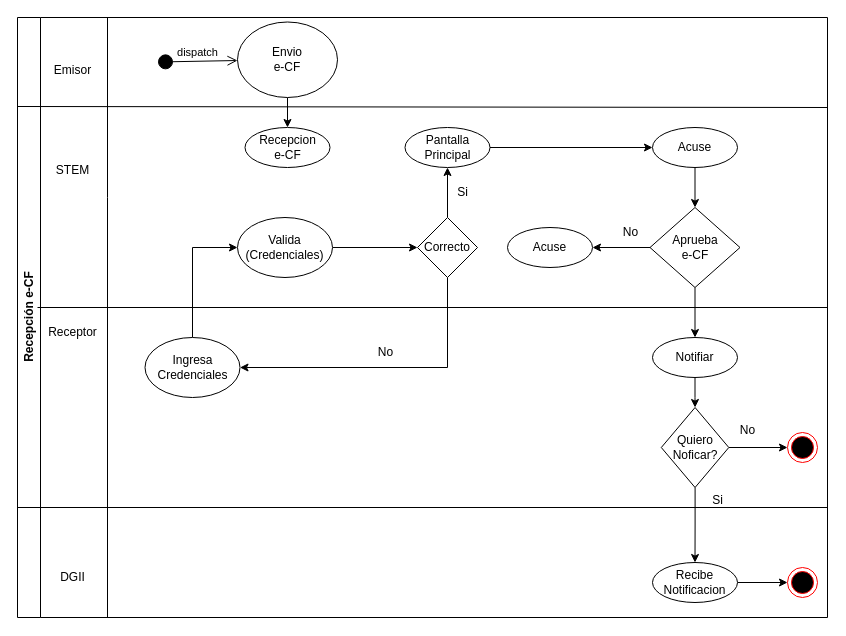
eduardfortunatoabreu/Diagramas keeps this draw.io diagram as Vistas de Proceso.drawio. Above is the earlier version. Source tidied: cells renumbered, new cells numbered last; positions are measured from the earlier drawing's top-left corner, leaving out a move shared by most shapes. Both pictures are drawn from the tidied source at 100%, with x=0, y=0 at pixel (17, 17).
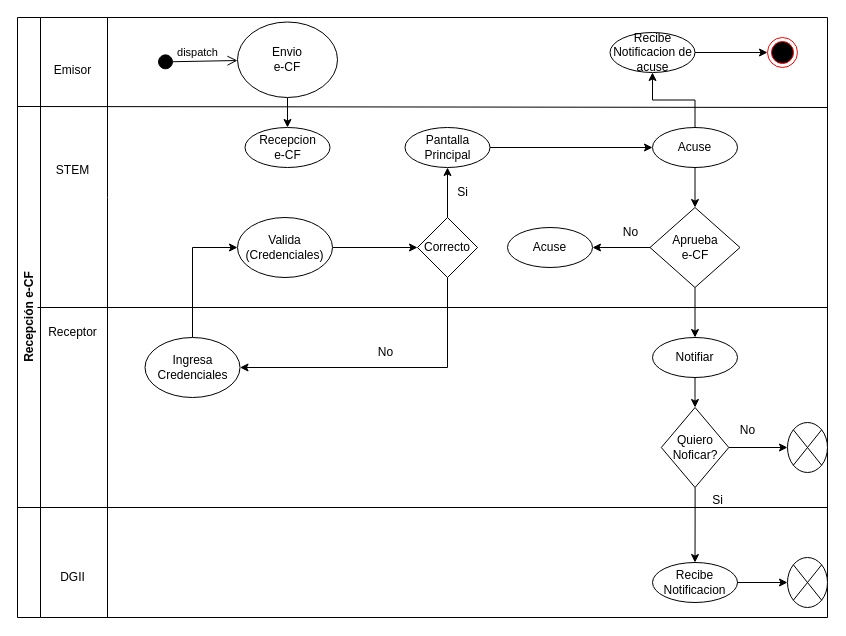
The same diagram, later.

The change refers to these unchanged cells:
```xml
<mxCell id="2" value="Recepción e-CF" style="swimlane;horizontal=0;whiteSpace=wrap;html=1;" parent="1" vertex="1">
  <mxGeometry width="810" height="600" as="geometry" />
</mxCell>
<mxCell id="23" value="Acuse" style="ellipse;whiteSpace=wrap;html=1;" parent="2" vertex="1">
  <mxGeometry x="635" y="110" width="85" height="40" as="geometry" />
</mxCell>
<mxCell id="32" value="Recibe&lt;br&gt;Notificacion" style="ellipse;whiteSpace=wrap;html=1;" parent="2" vertex="1">
  <mxGeometry x="635" y="545" width="85" height="40" as="geometry" />
</mxCell>
<mxCell id="36" value="Quiero&lt;br&gt;Noficar?" style="rhombus;whiteSpace=wrap;html=1;" parent="2" vertex="1">
  <mxGeometry x="643.8" y="390" width="67.5" height="80" as="geometry" />
</mxCell>
```

What changed in the source:
```diff
@@
+    <mxCell id="44" style="edgeStyle=orthogonalEdgeStyle;rounded=0;jettySize=auto;html=1;entryX=0.5;entryY=1;entryDx=0;entryDy=0;" parent="2" edge="1" source="23" target="45">
+      <mxGeometry relative="1" as="geometry" />
+    </mxCell>
@@
-    <mxCell id="31" style="edgeStyle=orthogonalEdgeStyle;rounded=0;jettySize=auto;html=1;" parent="2" edge="1" source="32" target="33">
-      <mxGeometry relative="1" as="geometry" />
-    </mxCell>
@@
-    <mxCell id="33" style="ellipse;html=1;shape=endState;fillColor=#000000;strokeColor=#ff0000;" parent="2" vertex="1">
-      <mxGeometry x="770" y="550" width="30" height="30" as="geometry" />
-    </mxCell>
@@
-    <mxCell id="35" style="edgeStyle=orthogonalEdgeStyle;rounded=0;jettySize=auto;html=1;entryX=0;entryY=0.5;entryDx=0;entryDy=0;" parent="2" edge="1" source="36" target="37">
-      <mxGeometry relative="1" as="geometry" />
-    </mxCell>
@@
-    <mxCell id="37" style="ellipse;html=1;shape=endState;fillColor=#000000;strokeColor=#ff0000;" parent="2" vertex="1">
-      <mxGeometry x="770" y="415" width="30" height="30" as="geometry" />
-    </mxCell>
@@
+    <mxCell id="45" value="Recibe Notificacion de acuse" style="ellipse;whiteSpace=wrap;html=1;" parent="2" vertex="1">
+      <mxGeometry x="592.5" y="15" width="85" height="40" as="geometry" />
+    </mxCell>
+    <mxCell id="46" style="ellipse;html=1;shape=endState;fillColor=#000000;strokeColor=#ff0000;" parent="2" vertex="1">
+      <mxGeometry x="750" y="20" width="30" height="30" as="geometry" />
+    </mxCell>
+    <mxCell id="47" style="edgeStyle=orthogonalEdgeStyle;rounded=0;jettySize=auto;html=1;" parent="2" edge="1" source="45" target="46">
+      <mxGeometry relative="1" as="geometry" />
+    </mxCell>
+    <mxCell id="48" style="shape=sumEllipse;perimeter=ellipsePerimeter;whiteSpace=wrap;html=1;backgroundOutline=1;" parent="2" vertex="1">
+      <mxGeometry x="770" y="405" width="40" height="50" as="geometry" />
+    </mxCell>
+    <mxCell id="35" style="edgeStyle=orthogonalEdgeStyle;rounded=0;jettySize=auto;html=1;entryX=0;entryY=0.5;entryDx=0;entryDy=0;" parent="2" edge="1" source="36" target="48">
+      <mxGeometry relative="1" as="geometry" />
+    </mxCell>
+    <mxCell id="49" style="shape=sumEllipse;perimeter=ellipsePerimeter;whiteSpace=wrap;html=1;backgroundOutline=1;" parent="2" vertex="1">
+      <mxGeometry x="770" y="540" width="40" height="50" as="geometry" />
+    </mxCell>
+    <mxCell id="31" style="edgeStyle=orthogonalEdgeStyle;rounded=0;jettySize=auto;html=1;entryX=0;entryY=0.5;entryDx=0;entryDy=0;" parent="2" edge="1" source="32" target="49">
+      <mxGeometry relative="1" as="geometry" />
+    </mxCell>
```
